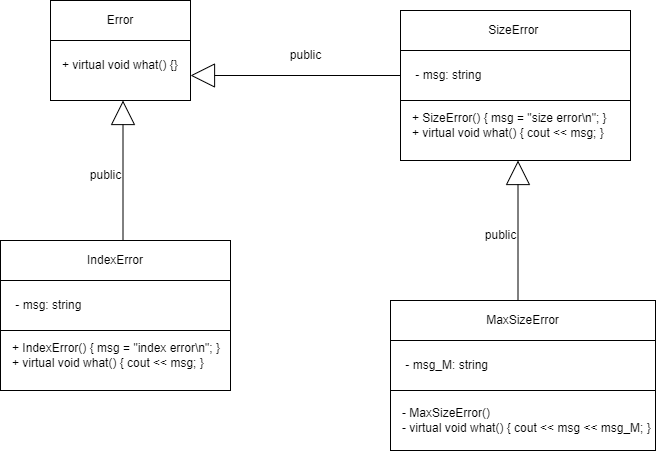
This is 2 Семестр/Class/Лаба 9/Лаба 9 Классы.png from IlyaFedoseev227/LABS-PNRPU-IVT-22-1b, a draw.io export, as it was before one commit. Source tidied: cells renumbered, new cells last; positions are measured from the earlier drawing's top-left corner, leaving out a move shared by most shapes.
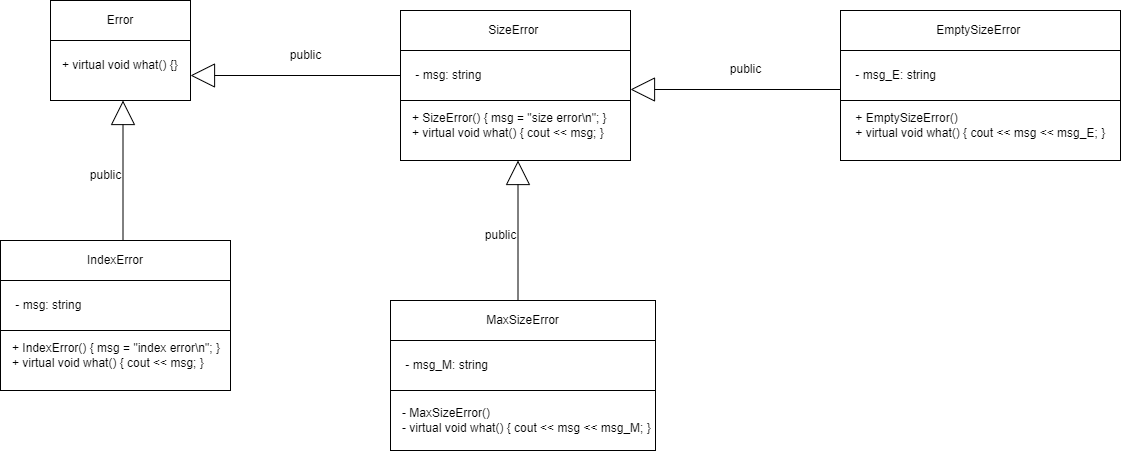
After the commit.

Diff of the diagram source:
```diff
@@ -80,5 +80,29 @@
     <mxCell id="25" value="public" style="text;html=1;align=center;verticalAlign=middle;strokeColor=none;fillColor=none;" parent="1" vertex="1">
       <mxGeometry x="475" y="220" width="50" height="30" as="geometry" />
     </mxCell>
+    <mxCell id="26" style="rounded=0;whiteSpace=wrap;html=1;" parent="1" vertex="1">
+      <mxGeometry x="840" y="10" width="280" height="150" as="geometry" />
+    </mxCell>
+    <mxCell id="27" value="EmptySizeError&amp;nbsp;" style="rounded=0;whiteSpace=wrap;html=1;" parent="1" vertex="1">
+      <mxGeometry x="840" y="10" width="280" height="40" as="geometry" />
+    </mxCell>
+    <mxCell id="28" value="&lt;div&gt;&amp;nbsp; &amp;nbsp; + EmptySizeError()&lt;/div&gt;&lt;div&gt;&lt;span style=&quot;&quot;&gt;&lt;span style=&quot;&quot;&gt;&lt;span style=&quot;white-space: pre;&quot;&gt;&amp;nbsp;&amp;nbsp;&amp;nbsp;&amp;nbsp;+ &lt;/span&gt;&lt;/span&gt;virtual void what() { cout &amp;lt;&amp;lt; msg &amp;lt;&amp;lt; msg_E; }&lt;/span&gt;&lt;/div&gt;" style="text;html=1;align=left;verticalAlign=middle;strokeColor=none;fillColor=none;" parent="1" vertex="1">
+      <mxGeometry x="840" y="105" width="290" height="40" as="geometry" />
+    </mxCell>
+    <mxCell id="29" style="rounded=0;whiteSpace=wrap;html=1;" parent="1" vertex="1">
+      <mxGeometry x="840" y="50" width="280" height="50" as="geometry" />
+    </mxCell>
+    <mxCell id="30" value="&amp;nbsp;- msg_E: string" style="text;html=1;align=left;verticalAlign=middle;strokeColor=none;fillColor=none;" parent="1" vertex="1">
+      <mxGeometry x="850" y="60" width="110" height="30" as="geometry" />
+    </mxCell>
+    <mxCell id="31" style="edgeStyle=orthogonalEdgeStyle;rounded=0;orthogonalLoop=1;jettySize=auto;html=1;endArrow=block;endFill=0;strokeWidth=1;endSize=22;entryX=1;entryY=0.75;entryDx=0;entryDy=0;exitX=0;exitY=0.5;exitDx=0;exitDy=0;" parent="1" edge="1">
+      <mxGeometry relative="1" as="geometry">
+        <mxPoint x="840" y="89" as="sourcePoint" />
+        <mxPoint x="630" y="89" as="targetPoint" />
+      </mxGeometry>
+    </mxCell>
+    <mxCell id="32" value="public" style="text;html=1;align=center;verticalAlign=middle;strokeColor=none;fillColor=none;" parent="1" vertex="1">
+      <mxGeometry x="720" y="54" width="50" height="30" as="geometry" />
+    </mxCell>
   </root>
 </mxGraphModel>
```
